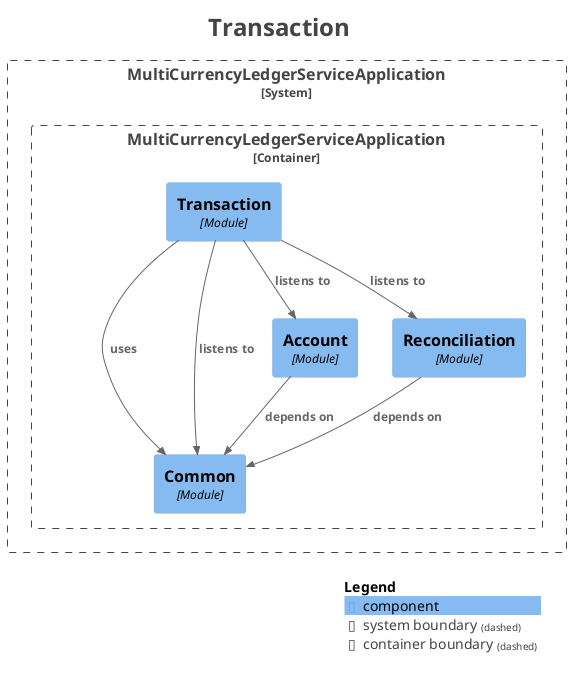
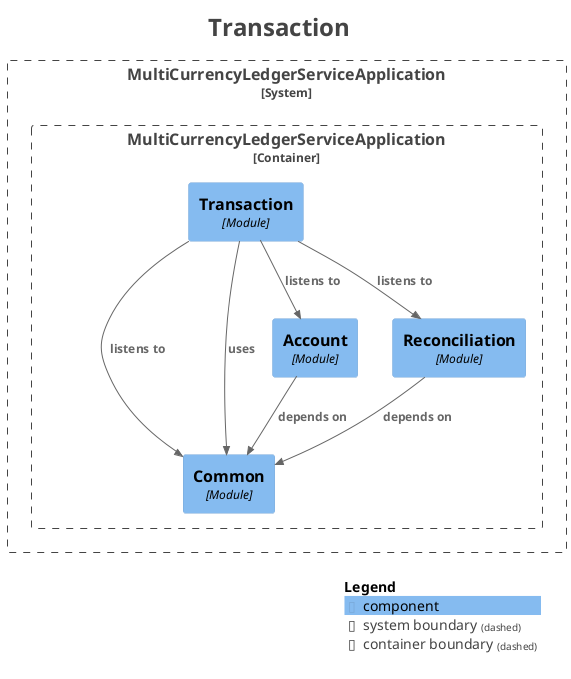
@startuml
title <size:24>Transaction</size>

set separator none
top to bottom direction

<style>
  root {
    BackgroundColor: #ffffff
    FontColor: #444444
  }
</style>

!include <C4/C4>
!include <C4/C4_Context>
!include <C4/C4_Component>

System_Boundary("MultiCurrencyLedgerServiceApplication_boundary", "MultiCurrencyLedgerServiceApplication", $tags="") {
  Container_Boundary("MultiCurrencyLedgerServiceApplication.MultiCurrencyLedgerServiceApplication_boundary", "MultiCurrencyLedgerServiceApplication", $tags="") {
    Component(MultiCurrencyLedgerServiceApplication.MultiCurrencyLedgerServiceApplication.Common, "Common", $techn="Module", $descr="", $tags="", $link="")
    Component(MultiCurrencyLedgerServiceApplication.MultiCurrencyLedgerServiceApplication.Account, "Account", $techn="Module", $descr="", $tags="", $link="")
    Component(MultiCurrencyLedgerServiceApplication.MultiCurrencyLedgerServiceApplication.Reconciliation, "Reconciliation", $techn="Module", $descr="", $tags="", $link="")
    Component(MultiCurrencyLedgerServiceApplication.MultiCurrencyLedgerServiceApplication.Transaction, "Transaction", $techn="Module", $descr="", $tags="", $link="")
  }

}

+ Rel(MultiCurrencyLedgerServiceApplication.MultiCurrencyLedgerServiceApplication.Transaction, MultiCurrencyLedgerServiceApplication.MultiCurrencyLedgerServiceApplication.Common, "listens to", $techn="", $tags="", $link="")
Rel(MultiCurrencyLedgerServiceApplication.MultiCurrencyLedgerServiceApplication.Transaction, MultiCurrencyLedgerServiceApplication.MultiCurrencyLedgerServiceApplication.Account, "listens to", $techn="", $tags="", $link="")
Rel(MultiCurrencyLedgerServiceApplication.MultiCurrencyLedgerServiceApplication.Transaction, MultiCurrencyLedgerServiceApplication.MultiCurrencyLedgerServiceApplication.Reconciliation, "listens to", $techn="", $tags="", $link="")
Rel(MultiCurrencyLedgerServiceApplication.MultiCurrencyLedgerServiceApplication.Transaction, MultiCurrencyLedgerServiceApplication.MultiCurrencyLedgerServiceApplication.Common, "uses", $techn="", $tags="", $link="")
+ Rel(MultiCurrencyLedgerServiceApplication.MultiCurrencyLedgerServiceApplication.Account, MultiCurrencyLedgerServiceApplication.MultiCurrencyLedgerServiceApplication.Common, "depends on", $techn="", $tags="", $link="")
Rel(MultiCurrencyLedgerServiceApplication.MultiCurrencyLedgerServiceApplication.Reconciliation, MultiCurrencyLedgerServiceApplication.MultiCurrencyLedgerServiceApplication.Common, "depends on", $techn="", $tags="", $link="")
- Rel(MultiCurrencyLedgerServiceApplication.MultiCurrencyLedgerServiceApplication.Account, MultiCurrencyLedgerServiceApplication.MultiCurrencyLedgerServiceApplication.Common, "depends on", $techn="", $tags="", $link="")
- Rel(MultiCurrencyLedgerServiceApplication.MultiCurrencyLedgerServiceApplication.Transaction, MultiCurrencyLedgerServiceApplication.MultiCurrencyLedgerServiceApplication.Common, "listens to", $techn="", $tags="", $link="")

SHOW_LEGEND(true)
hide stereotypes
@enduml